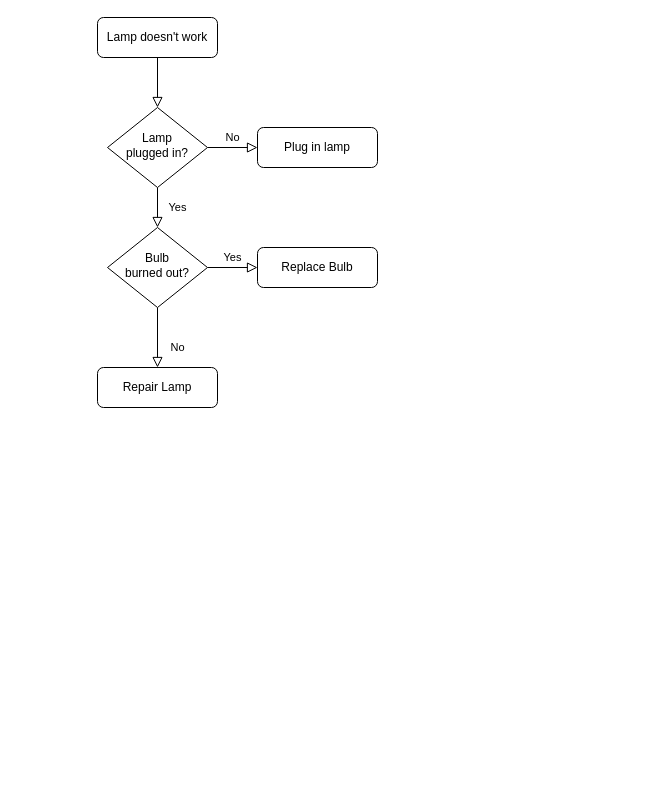
Earlier version of the draw.io diagram java/Untitled Diagram.drawio (sjtusonic/exe). Source tidied: cells renumbered, new cells numbered last; positions are measured from the earlier drawing's top-left corner, leaving out a move shared by most shapes. Both pictures are drawn from the tidied source at 100%, with x=0, y=0 at pixel (97, 17).
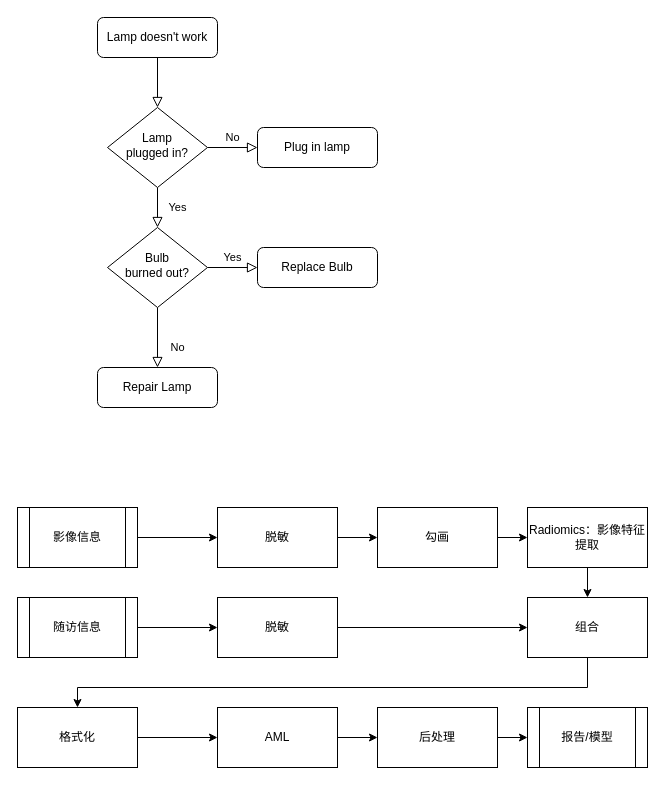
Above is the later version.

Change to the diagram source:
```diff
@@
+    <mxCell id="13" style="edgeStyle=orthogonalEdgeStyle;rounded=0;jettySize=auto;html=1;" parent="1" edge="1" source="14" target="16">
+      <mxGeometry relative="1" as="geometry" />
+    </mxCell>
+    <mxCell id="14" value="影像信息" style="shape=process;whiteSpace=wrap;html=1;backgroundOutline=1;fontFamily=Helvetica;fontSize=12;fontColor=#000000;align=center;strokeColor=#000000;fillColor=#ffffff;" parent="1" vertex="1">
+      <mxGeometry x="-80" y="490" width="120" height="60" as="geometry" />
+    </mxCell>
+    <mxCell id="15" style="edgeStyle=orthogonalEdgeStyle;rounded=0;jettySize=auto;html=1;" parent="1" edge="1" source="16" target="18">
+      <mxGeometry relative="1" as="geometry" />
+    </mxCell>
+    <mxCell id="16" value="脱敏" style="rounded=0;whiteSpace=wrap;html=1;" parent="1" vertex="1">
+      <mxGeometry x="120" y="490" width="120" height="60" as="geometry" />
+    </mxCell>
+    <mxCell id="17" style="edgeStyle=orthogonalEdgeStyle;rounded=0;jettySize=auto;html=1;" parent="1" edge="1" source="18" target="30">
+      <mxGeometry relative="1" as="geometry" />
+    </mxCell>
+    <mxCell id="18" value="勾画" style="rounded=0;whiteSpace=wrap;html=1;" parent="1" vertex="1">
+      <mxGeometry x="280" y="490" width="120" height="60" as="geometry" />
+    </mxCell>
+    <mxCell id="19" style="edgeStyle=orthogonalEdgeStyle;rounded=0;jettySize=auto;html=1;" parent="1" edge="1" source="20" target="26">
+      <mxGeometry relative="1" as="geometry">
+        <Array as="points">
+          <mxPoint x="490" y="670" />
+          <mxPoint x="-20" y="670" />
+        </Array>
+      </mxGeometry>
+    </mxCell>
+    <mxCell id="20" value="组合" style="rounded=0;whiteSpace=wrap;html=1;" parent="1" vertex="1">
+      <mxGeometry x="430" y="580" width="120" height="60" as="geometry" />
+    </mxCell>
+    <mxCell id="21" style="edgeStyle=orthogonalEdgeStyle;rounded=0;jettySize=auto;html=1;" parent="1" edge="1" source="22" target="24">
+      <mxGeometry relative="1" as="geometry" />
+    </mxCell>
+    <mxCell id="22" value="随访信息" style="shape=process;whiteSpace=wrap;html=1;backgroundOutline=1;fontFamily=Helvetica;fontSize=12;fontColor=#000000;align=center;strokeColor=#000000;fillColor=#ffffff;" parent="1" vertex="1">
+      <mxGeometry x="-80" y="580" width="120" height="60" as="geometry" />
+    </mxCell>
+    <mxCell id="23" style="edgeStyle=orthogonalEdgeStyle;rounded=0;jettySize=auto;html=1;entryX=0;entryY=0.5;entryDx=0;entryDy=0;" parent="1" edge="1" source="24" target="20">
+      <mxGeometry relative="1" as="geometry" />
+    </mxCell>
+    <mxCell id="24" value="脱敏" style="rounded=0;whiteSpace=wrap;html=1;" parent="1" vertex="1">
+      <mxGeometry x="120" y="580" width="120" height="60" as="geometry" />
+    </mxCell>
+    <mxCell id="25" style="edgeStyle=orthogonalEdgeStyle;rounded=0;jettySize=auto;html=1;" parent="1" edge="1" source="26" target="28">
+      <mxGeometry relative="1" as="geometry" />
+    </mxCell>
+    <mxCell id="26" value="格式化" style="rounded=0;whiteSpace=wrap;html=1;" parent="1" vertex="1">
+      <mxGeometry x="-80" y="690" width="120" height="60" as="geometry" />
+    </mxCell>
+    <mxCell id="27" style="edgeStyle=orthogonalEdgeStyle;rounded=0;jettySize=auto;html=1;" parent="1" edge="1" source="28" target="33">
+      <mxGeometry relative="1" as="geometry" />
+    </mxCell>
+    <mxCell id="28" value="AML" style="rounded=0;whiteSpace=wrap;html=1;" parent="1" vertex="1">
+      <mxGeometry x="120" y="690" width="120" height="60" as="geometry" />
+    </mxCell>
+    <mxCell id="29" style="edgeStyle=orthogonalEdgeStyle;rounded=0;jettySize=auto;html=1;entryX=0.5;entryY=0;entryDx=0;entryDy=0;" parent="1" edge="1" source="30" target="20">
+      <mxGeometry relative="1" as="geometry" />
+    </mxCell>
+    <mxCell id="30" value="Radiomics：影像特征提取" style="rounded=0;whiteSpace=wrap;html=1;" parent="1" vertex="1">
+      <mxGeometry x="430" y="490" width="120" height="60" as="geometry" />
+    </mxCell>
+    <mxCell id="31" value="报告/模型" style="shape=process;whiteSpace=wrap;html=1;backgroundOutline=1;fontFamily=Helvetica;fontSize=12;fontColor=#000000;align=center;strokeColor=#000000;fillColor=#ffffff;" parent="1" vertex="1">
+      <mxGeometry x="430" y="690" width="120" height="60" as="geometry" />
+    </mxCell>
+    <mxCell id="32" style="edgeStyle=orthogonalEdgeStyle;rounded=0;jettySize=auto;html=1;" parent="1" edge="1" source="33" target="31">
+      <mxGeometry relative="1" as="geometry" />
+    </mxCell>
+    <mxCell id="33" value="后处理" style="rounded=0;whiteSpace=wrap;html=1;" parent="1" vertex="1">
+      <mxGeometry x="280" y="690" width="120" height="60" as="geometry" />
+    </mxCell>
```
